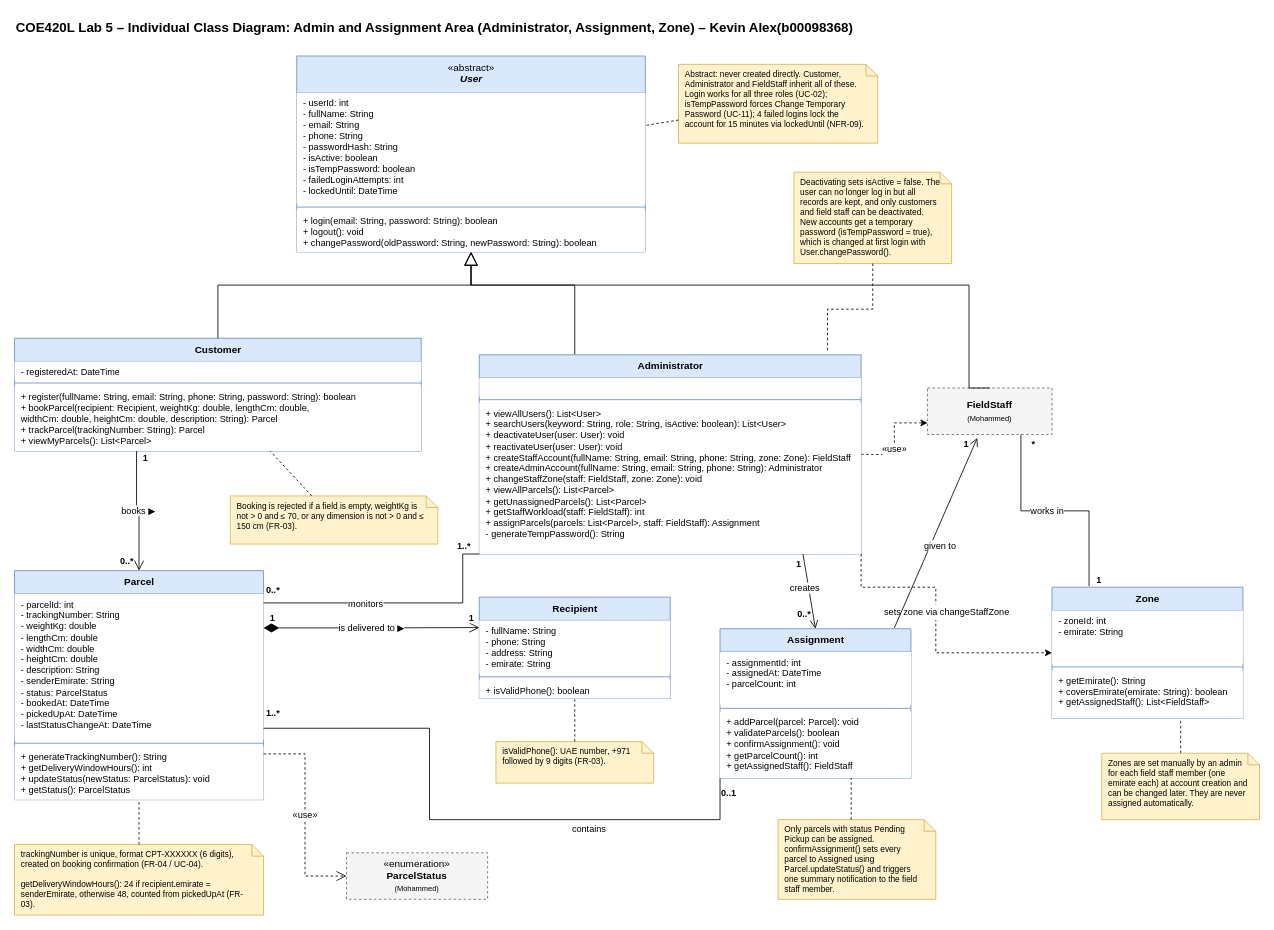
This is Project/Object_Modeling/Individual_Models/Kevin_Alex_Admin_Assignment_Class_Diagram.drawio from COE420-Team10-F26/Courier_parcel_tracking_system, a draw.io file, before an edit. Source tidied: cells renumbered, new cells numbered last; positions are measured from the earlier drawing's top-left corner, leaving out a move shared by most shapes. Both pictures are drawn from the tidied source at 83%, with x=0, y=0 at pixel (14, 14).
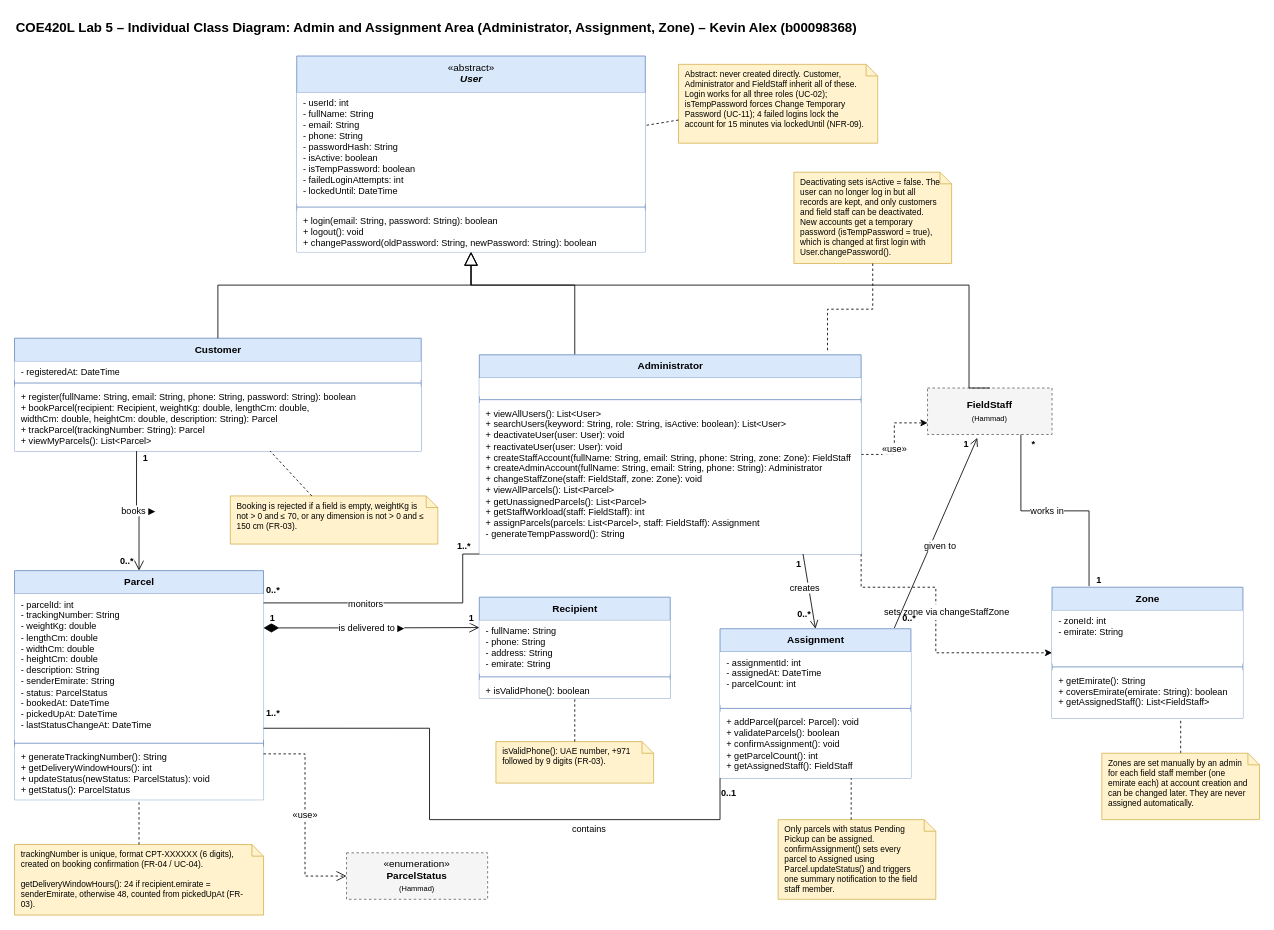
After the change.

Unchanged cells that the change refers to:
```xml
<mxCell id="67" style="endArrow=open;startArrow=none;endFill=0;startFill=0;endSize=8;html=1;verticalAlign=bottom;labelBackgroundColor=none;strokeWidth=1;rounded=0;exitX=0.913;exitY=-0.005;exitDx=0;exitDy=0;exitPerimeter=0;" parent="1" edge="1" source="57">
  <mxGeometry relative="1" as="geometry">
    <mxPoint x="1160" y="510" as="targetPoint" />
  </mxGeometry>
</mxCell>
```

The edit, as a diff of the source:
```diff
@@
-    <mxCell id="2" value="COE420L Lab 5 – Individual Class Diagram: Admin and Assignment Area (Administrator, Assignment, Zone) – Kevin Alex(b00098368)" style="text;html=1;align=left;verticalAlign=middle;fontSize=16;fontStyle=1;" parent="1" vertex="1">
+    <mxCell id="2" value="COE420L Lab 5 – Individual Class Diagram: Admin and Assignment Area (Administrator, Assignment, Zone) – Kevin Alex (b00098368)" style="text;html=1;align=left;verticalAlign=middle;fontSize=16;fontStyle=1;" parent="1" vertex="1">
       <mxGeometry width="900" height="30" as="geometry" />
     </mxCell>
@@
-    <mxCell id="11" value="&lt;b&gt;FieldStaff&lt;/b&gt;&lt;br&gt;&lt;font style=&quot;font-size:9px&quot;&gt;(Mohammed)&lt;/font&gt;" style="rounded=0;whiteSpace=wrap;html=1;fillColor=#f5f5f5;strokeColor=#666666;dashed=1;fontSize=12;" parent="1" vertex="1">
+    <mxCell id="11" value="&lt;b&gt;FieldStaff&lt;/b&gt;&lt;br&gt;&lt;font style=&quot;font-size:9px&quot;&gt;(Hammad)&lt;/font&gt;" style="rounded=0;whiteSpace=wrap;html=1;fillColor=#f5f5f5;strokeColor=#666666;dashed=1;fontSize=12;" parent="1" vertex="1">
       <mxGeometry x="1100" y="450" width="150" height="56" as="geometry" />
     </mxCell>
@@
-    <mxCell id="20" value="&amp;laquo;enumeration&amp;raquo;&lt;br&gt;&lt;b&gt;ParcelStatus&lt;/b&gt;&lt;br&gt;&lt;font style=&quot;font-size:9px&quot;&gt;(Mohammed)&lt;/font&gt;" style="rounded=0;whiteSpace=wrap;html=1;fillColor=#f5f5f5;strokeColor=#666666;dashed=1;fontSize=12;" parent="1" vertex="1">
+    <mxCell id="20" value="&amp;laquo;enumeration&amp;raquo;&lt;br&gt;&lt;b&gt;ParcelStatus&lt;/b&gt;&lt;br&gt;&lt;font style=&quot;font-size:9px&quot;&gt;(Hammad)&lt;/font&gt;" style="rounded=0;whiteSpace=wrap;html=1;fillColor=#f5f5f5;strokeColor=#666666;dashed=1;fontSize=12;" parent="1" vertex="1">
       <mxGeometry x="400" y="1010" width="170" height="56" as="geometry" />
     </mxCell>
@@
+    <mxCell id="81" value="0..*" style="edgeLabel;html=1;align=left;verticalAlign=bottom;fontSize=11;fontStyle=1;labelBackgroundColor=none;" parent="67" vertex="1">
+      <mxGeometry x="-1" relative="1" as="geometry">
+        <mxPoint x="8" y="-4" as="offset" />
+      </mxGeometry>
+    </mxCell>
```
